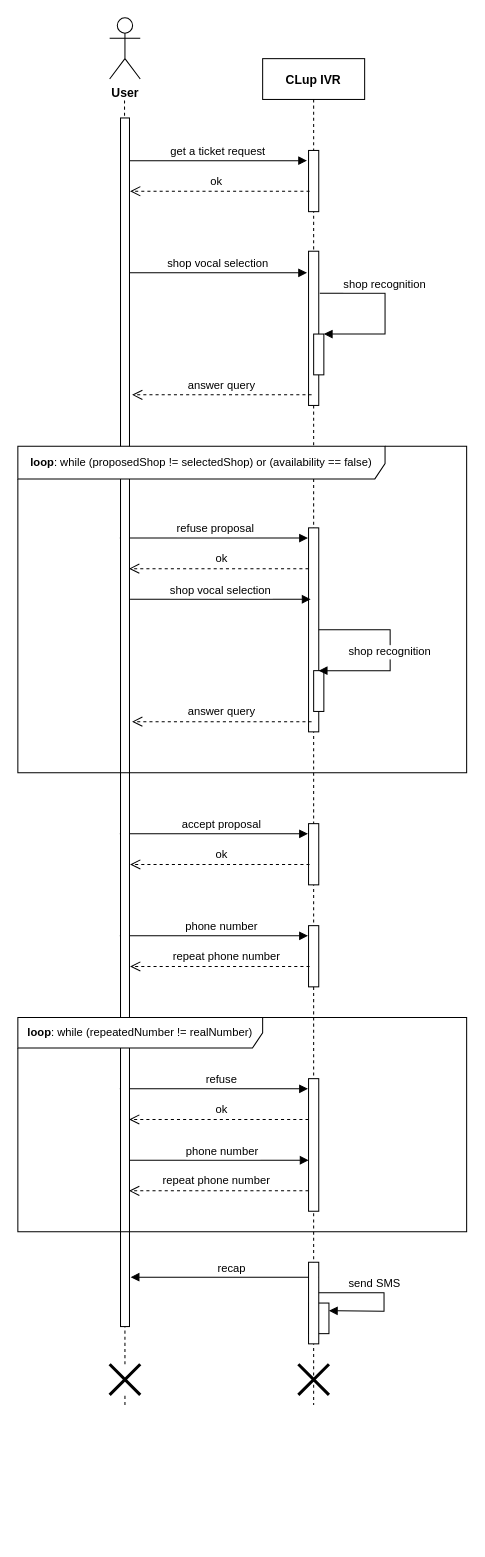
Before: RASD/assets/sequence_diagrams/CallCenterTicket.drawio in CosimoSguanci/SguanciSpataforaVergani-RASD-DD-ingsw2, a draw.io diagram. Source tidied: cells renumbered, new cells numbered last; positions are measured from the earlier drawing's top-left corner, leaving out a move shared by most shapes. Both pictures are drawn from the tidied source at 102%, with x=0, y=0 at pixel (-479, 17).
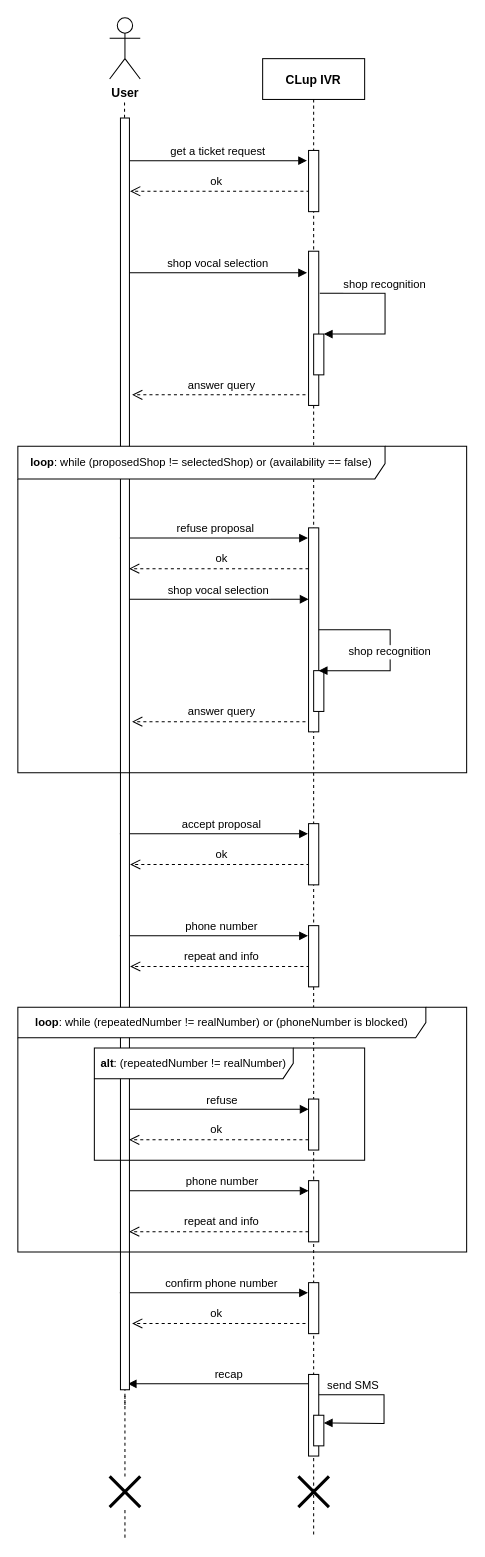
The same page after the edit.

Commit message (it also covers changes not shown here):
Update call center UML

The edit, as a diff of the source:
```diff
@@
+    <mxCell id="49" style="verticalAlign=bottom;endArrow=open;dashed=1;endSize=8;shadow=0;strokeWidth=1;" parent="1" edge="1">
+      <mxGeometry y="-39" relative="1" as="geometry">
+        <mxPoint x="775" y="1280" as="sourcePoint" />
+        <mxPoint x="599" y="1280" as="targetPoint" />
+      </mxGeometry>
+    </mxCell>
+    <mxCell id="50" value="confirm phone number" style="verticalAlign=bottom;endArrow=block;shadow=0;strokeWidth=1;entryX=0.05;entryY=1.06;entryDx=0;entryDy=0;entryPerimeter=0;" parent="1" edge="1">
+      <mxGeometry x="0.08" relative="1" as="geometry">
+        <mxPoint x="587" y="1250" as="sourcePoint" />
+        <mxPoint x="771.4" y="1250" as="targetPoint" />
+        <Array as="points">
+          <mxPoint x="637" y="1250" />
+          <mxPoint x="717" y="1250" />
+        </Array>
+      </mxGeometry>
+    </mxCell>
+    <mxCell id="34" style="verticalAlign=bottom;endArrow=open;dashed=1;endSize=8;shadow=0;strokeWidth=1;" parent="1" edge="1">
+      <mxGeometry y="-39" relative="1" as="geometry">
+        <mxPoint x="773" y="930" as="sourcePoint" />
+        <mxPoint x="597" y="930" as="targetPoint" />
+      </mxGeometry>
+    </mxCell>
+    <mxCell id="33" style="verticalAlign=bottom;endArrow=open;dashed=1;endSize=8;shadow=0;strokeWidth=1;" parent="1" edge="1">
+      <mxGeometry y="-39" relative="1" as="geometry">
+        <mxPoint x="773" y="830" as="sourcePoint" />
+        <mxPoint x="597" y="830" as="targetPoint" />
+      </mxGeometry>
+    </mxCell>
+    <mxCell id="22" style="verticalAlign=bottom;endArrow=open;dashed=1;endSize=8;shadow=0;strokeWidth=1;" parent="1" edge="1">
+      <mxGeometry y="-39" relative="1" as="geometry">
+        <mxPoint x="775" y="690" as="sourcePoint" />
+        <mxPoint x="599" y="690" as="targetPoint" />
+      </mxGeometry>
+    </mxCell>
+    <mxCell id="24" value="shop vocal selection" style="verticalAlign=bottom;endArrow=block;shadow=0;strokeWidth=1;" parent="1" edge="1">
+      <mxGeometry relative="1" as="geometry">
+        <mxPoint x="595" y="570" as="sourcePoint" />
+        <mxPoint x="772" y="570" as="targetPoint" />
+        <Array as="points">
+          <mxPoint x="645" y="570" />
+        </Array>
+      </mxGeometry>
+    </mxCell>
+    <mxCell id="23" style="verticalAlign=bottom;endArrow=open;dashed=1;endSize=8;shadow=0;strokeWidth=1;" parent="1" edge="1">
+      <mxGeometry y="-39" relative="1" as="geometry">
+        <mxPoint x="775" y="369.6" as="sourcePoint" />
+        <mxPoint x="599" y="369.6" as="targetPoint" />
+      </mxGeometry>
+    </mxCell>
+    <mxCell id="28" style="verticalAlign=bottom;endArrow=open;dashed=1;endSize=8;shadow=0;strokeWidth=1;" parent="1" edge="1">
+      <mxGeometry y="-39" relative="1" as="geometry">
+        <mxPoint x="773" y="170" as="sourcePoint" />
+        <mxPoint x="597" y="170" as="targetPoint" />
+      </mxGeometry>
+    </mxCell>
@@
     <mxCell id="3" value="recap" style="verticalAlign=bottom;endArrow=block;shadow=0;strokeWidth=1;entryX=0.05;entryY=1.06;entryDx=0;entryDy=0;entryPerimeter=0;" parent="1" edge="1">
       <mxGeometry x="-0.08" relative="1" as="geometry">
-        <mxPoint x="782" y="1234.6" as="sourcePoint" />
-        <mxPoint x="597.6" y="1234.6" as="targetPoint" />
+        <mxPoint x="779.2" y="1339.2" as="sourcePoint" />
+        <mxPoint x="594.8" y="1339.2" as="targetPoint" />
         <Array as="points">
-          <mxPoint x="727.6" y="1234.6" />
-          <mxPoint x="647.6" y="1234.6" />
+          <mxPoint x="724.8" y="1339.2" />
+          <mxPoint x="644.8" y="1339.2" />
         </Array>
       </mxGeometry>
     </mxCell>
     <mxCell id="4" value="CLup IVR" style="shape=umlLifeline;perimeter=lifelinePerimeter;rounded=0;shadow=0;strokeWidth=1;fontStyle=1;" parent="1" vertex="1">
-      <mxGeometry x="727" y="40" width="100" height="1320" as="geometry" />
+      <mxGeometry x="727" y="40" width="100" height="1450" as="geometry" />
     </mxCell>
@@
+    <mxCell id="39" style="rounded=0;whiteSpace=wrap;html=1;direction=south;" parent="4" vertex="1">
+      <mxGeometry x="45" y="1100" width="10" height="60" as="geometry" />
+    </mxCell>
+    <mxCell id="51" style="perimeter=orthogonalPerimeter;rounded=0;shadow=0;strokeWidth=1;" parent="4" vertex="1">
+      <mxGeometry x="45" y="1020" width="10" height="50" as="geometry" />
+    </mxCell>
+    <mxCell id="14" style="rounded=0;whiteSpace=wrap;html=1;direction=south;" parent="4" vertex="1">
+      <mxGeometry x="45" y="1290" width="10" height="80" as="geometry" />
+    </mxCell>
+    <mxCell id="42" value="send SMS" style="verticalAlign=bottom;endArrow=block;shadow=0;strokeWidth=1;rounded=0;entryX=0.25;entryY=0;entryDx=0;entryDy=0;exitX=0.25;exitY=0;exitDx=0;exitDy=0;" parent="4" edge="1" source="14" target="13">
+      <mxGeometry x="-0.55" relative="1" as="geometry">
+        <Array as="points">
+          <mxPoint x="119" y="1310" />
+          <mxPoint x="119" y="1338" />
+        </Array>
+      </mxGeometry>
+    </mxCell>
+    <mxCell id="52" style="rounded=0;whiteSpace=wrap;html=1;direction=south;" parent="4" vertex="1">
+      <mxGeometry x="45" y="1200" width="10" height="50" as="geometry" />
+    </mxCell>
     <mxCell id="12" style="shape=umlDestroy;whiteSpace=wrap;html=1;strokeWidth=3;fontSize=11;" parent="4" vertex="1">
-      <mxGeometry x="35" y="1280" width="30" height="30" as="geometry" />
+      <mxGeometry x="35" y="1390" width="30" height="30" as="geometry" />
     </mxCell>
     <mxCell id="13" style="rounded=0;whiteSpace=wrap;html=1;fontSize=11;direction=south;" parent="4" vertex="1">
-      <mxGeometry x="45" y="1220" width="20" height="30" as="geometry" />
+      <mxGeometry x="50" y="1330" width="10" height="30" as="geometry" />
     </mxCell>
-    <mxCell id="14" style="rounded=0;whiteSpace=wrap;html=1;direction=south;" parent="1" vertex="1">
-      <mxGeometry x="772" y="1220" width="10" height="80" as="geometry" />
-    </mxCell>
     <mxCell id="15" value="phone number" style="verticalAlign=bottom;endArrow=block;shadow=0;strokeWidth=1;entryX=0.05;entryY=1.06;entryDx=0;entryDy=0;entryPerimeter=0;" parent="1" edge="1">
       <mxGeometry x="0.08" relative="1" as="geometry">
-        <mxPoint x="587.6" y="1120" as="sourcePoint" />
-        <mxPoint x="772" y="1120" as="targetPoint" />
+        <mxPoint x="587.6" y="1150" as="sourcePoint" />
+        <mxPoint x="772" y="1150" as="targetPoint" />
         <Array as="points">
-          <mxPoint x="637.6" y="1120" />
-          <mxPoint x="717.6" y="1120" />
+          <mxPoint x="637.6" y="1150" />
+          <mxPoint x="717.6" y="1150" />
         </Array>
       </mxGeometry>
     </mxCell>
@@
     <mxCell id="18" value="refuse" style="verticalAlign=bottom;endArrow=block;shadow=0;strokeWidth=1;entryX=0.05;entryY=1.06;entryDx=0;entryDy=0;entryPerimeter=0;" parent="1" edge="1">
       <mxGeometry x="0.08" relative="1" as="geometry">
-        <mxPoint x="587" y="1050" as="sourcePoint" />
-        <mxPoint x="771.4" y="1050" as="targetPoint" />
+        <mxPoint x="587.6" y="1070" as="sourcePoint" />
+        <mxPoint x="772" y="1070" as="targetPoint" />
         <Array as="points">
-          <mxPoint x="637" y="1050" />
-          <mxPoint x="717" y="1050" />
+          <mxPoint x="637.6" y="1070" />
+          <mxPoint x="717.6" y="1070" />
         </Array>
       </mxGeometry>
     </mxCell>
@@
-    <mxCell id="22" style="verticalAlign=bottom;endArrow=open;dashed=1;endSize=8;shadow=0;strokeWidth=1;" parent="1" edge="1">
-      <mxGeometry y="-39" relative="1" as="geometry">
-        <mxPoint x="775" y="690" as="sourcePoint" />
-        <mxPoint x="599" y="690" as="targetPoint" />
-      </mxGeometry>
-    </mxCell>
-    <mxCell id="23" style="verticalAlign=bottom;endArrow=open;dashed=1;endSize=8;shadow=0;strokeWidth=1;" parent="1" edge="1">
-      <mxGeometry y="-39" relative="1" as="geometry">
-        <mxPoint x="775" y="369.6" as="sourcePoint" />
-        <mxPoint x="599" y="369.6" as="targetPoint" />
-      </mxGeometry>
-    </mxCell>
-    <mxCell id="24" value="shop vocal selection" style="verticalAlign=bottom;endArrow=block;shadow=0;strokeWidth=1;" parent="1" edge="1">
-      <mxGeometry relative="1" as="geometry">
-        <mxPoint x="597" y="570" as="sourcePoint" />
-        <mxPoint x="774" y="570" as="targetPoint" />
-        <Array as="points">
-          <mxPoint x="647" y="570" />
-        </Array>
-      </mxGeometry>
-    </mxCell>
@@
-    <mxCell id="26" style="endArrow=none;dashed=1;html=1;" parent="1" edge="1" source="41">
+    <mxCell id="26" style="endArrow=none;dashed=1;html=1;" parent="1" edge="1" source="55">
       <mxGeometry relative="1" as="geometry">
         <mxPoint x="591.6" y="80" as="targetPoint" />
       </mxGeometry>
     </mxCell>
     <mxCell id="27" style="rounded=0;whiteSpace=wrap;html=1;rotation=90;" parent="1" vertex="1">
-      <mxGeometry x="-0.4" y="686.2" width="1184.9" height="8.8" as="geometry" />
+      <mxGeometry x="-31.4" y="717.2" width="1246.8" height="8.8" as="geometry" />
     </mxCell>
-    <mxCell id="28" style="verticalAlign=bottom;endArrow=open;dashed=1;endSize=8;shadow=0;strokeWidth=1;" parent="1" edge="1">
-      <mxGeometry y="-39" relative="1" as="geometry">
-        <mxPoint x="773" y="170" as="sourcePoint" />
-        <mxPoint x="597" y="170" as="targetPoint" />
-      </mxGeometry>
-    </mxCell>
@@
-    <mxCell id="30" value="&lt;span style=&quot;font-size: 11px&quot;&gt;answer query&lt;/span&gt;" style="text;html=1;strokeColor=none;fillColor=none;align=center;verticalAlign=middle;whiteSpace=wrap;rounded=0;" parent="1" vertex="1">
+    <mxCell id="30" value="&lt;span style=&quot;font-size: 11px&quot;&gt;answer query&lt;/span&gt;" style="text;html=1;strokeColor=none;fillColor=none;align=center;verticalAlign=middle;whiteSpace=wrap;rounded=0;fontSize=11;" parent="1" vertex="1">
       <mxGeometry x="652" y="350" width="70" height="20" as="geometry" />
     </mxCell>
@@
-    <mxCell id="32" value="&lt;span style=&quot;font-size: 11px&quot;&gt;answer query&lt;/span&gt;" style="text;html=1;strokeColor=none;fillColor=none;align=center;verticalAlign=middle;whiteSpace=wrap;rounded=0;" parent="1" vertex="1">
+    <mxCell id="32" value="&lt;span style=&quot;font-size: 11px&quot;&gt;answer query&lt;/span&gt;" style="text;html=1;strokeColor=none;fillColor=none;align=center;verticalAlign=middle;whiteSpace=wrap;rounded=0;fontSize=11;" parent="1" vertex="1">
       <mxGeometry x="652" y="670" width="70" height="20" as="geometry" />
     </mxCell>
-    <mxCell id="33" style="verticalAlign=bottom;endArrow=open;dashed=1;endSize=8;shadow=0;strokeWidth=1;" parent="1" edge="1">
-      <mxGeometry y="-39" relative="1" as="geometry">
-        <mxPoint x="773" y="830" as="sourcePoint" />
-        <mxPoint x="597" y="830" as="targetPoint" />
-      </mxGeometry>
-    </mxCell>
-    <mxCell id="34" style="verticalAlign=bottom;endArrow=open;dashed=1;endSize=8;shadow=0;strokeWidth=1;" parent="1" edge="1">
-      <mxGeometry y="-39" relative="1" as="geometry">
-        <mxPoint x="773" y="930" as="sourcePoint" />
-        <mxPoint x="597" y="930" as="targetPoint" />
-      </mxGeometry>
-    </mxCell>
-    <mxCell id="35" value="repeat phone number" style="text;html=1;strokeColor=none;fillColor=none;align=center;verticalAlign=middle;whiteSpace=wrap;rounded=0;fontSize=11;" parent="1" vertex="1">
-      <mxGeometry x="637" y="910" width="110" height="20" as="geometry" />
+    <mxCell id="35" value="repeat and info" style="text;html=1;strokeColor=none;fillColor=none;align=center;verticalAlign=middle;whiteSpace=wrap;rounded=0;fontSize=11;" parent="1" vertex="1">
+      <mxGeometry x="632" y="910" width="110" height="20" as="geometry" />
     </mxCell>
     <mxCell id="36" style="verticalAlign=bottom;endArrow=open;dashed=1;endSize=8;shadow=0;strokeWidth=1;" parent="1" edge="1">
       <mxGeometry y="-39" relative="1" as="geometry">
-        <mxPoint x="772" y="1080" as="sourcePoint" />
-        <mxPoint x="596" y="1080" as="targetPoint" />
+        <mxPoint x="772" y="1100" as="sourcePoint" />
+        <mxPoint x="596" y="1100" as="targetPoint" />
       </mxGeometry>
     </mxCell>
     <mxCell id="37" style="verticalAlign=bottom;endArrow=open;dashed=1;endSize=8;shadow=0;strokeWidth=1;" parent="1" edge="1">
       <mxGeometry y="-39" relative="1" as="geometry">
-        <mxPoint x="772" y="1150" as="sourcePoint" />
-        <mxPoint x="596" y="1150" as="targetPoint" />
+        <mxPoint x="772" y="1190" as="sourcePoint" />
+        <mxPoint x="596" y="1190" as="targetPoint" />
       </mxGeometry>
     </mxCell>
-    <mxCell id="38" value="repeat phone number" style="text;html=1;strokeColor=none;fillColor=none;align=center;verticalAlign=middle;whiteSpace=wrap;rounded=0;fontSize=11;" parent="1" vertex="1">
-      <mxGeometry x="627" y="1120" width="110" height="40" as="geometry" />
+    <mxCell id="38" value="repeat and info" style="text;html=1;strokeColor=none;fillColor=none;align=center;verticalAlign=middle;whiteSpace=wrap;rounded=0;fontSize=11;" parent="1" vertex="1">
+      <mxGeometry x="632" y="1160" width="110" height="40" as="geometry" />
     </mxCell>
-    <mxCell id="39" style="rounded=0;whiteSpace=wrap;html=1;direction=south;" parent="1" vertex="1">
-      <mxGeometry x="772" y="1040" width="10" height="130" as="geometry" />
-    </mxCell>
-    <mxCell id="40" style="endArrow=none;dashed=1;html=1;" parent="1" edge="1" target="41">
+    <mxCell id="40" style="endArrow=none;dashed=1;html=1;" parent="1" edge="1">
       <mxGeometry relative="1" as="geometry">
         <mxPoint x="592" y="1360" as="sourcePoint" />
+        <mxPoint x="592" y="1350" as="targetPoint" />
       </mxGeometry>
     </mxCell>
-    <mxCell id="41" style="shape=umlDestroy;whiteSpace=wrap;html=1;strokeWidth=3;fontSize=11;" parent="1" vertex="1">
-      <mxGeometry x="577" y="1320" width="30" height="30" as="geometry" />
-    </mxCell>
-    <mxCell id="42" value="send SMS" style="verticalAlign=bottom;endArrow=block;shadow=0;strokeWidth=1;rounded=0;entryX=0.25;entryY=0;entryDx=0;entryDy=0;" parent="1" edge="1" target="13">
-      <mxGeometry x="-0.19" relative="1" as="geometry">
-        <mxPoint x="782" y="1250" as="sourcePoint" />
-        <Array as="points">
-          <mxPoint x="846" y="1250" />
-          <mxPoint x="846" y="1268" />
-        </Array>
-      </mxGeometry>
-    </mxCell>
@@
     <mxCell id="46" value="ok" style="text;html=1;strokeColor=none;fillColor=none;align=center;verticalAlign=middle;whiteSpace=wrap;rounded=0;fontSize=11;" parent="1" vertex="1">
-      <mxGeometry x="667" y="1040" width="40" height="60" as="geometry" />
+      <mxGeometry x="662" y="1085" width="40" height="10" as="geometry" />
     </mxCell>
+    <mxCell id="48" value="&lt;font style=&quot;font-size: 11px&quot;&gt;&lt;b&gt;loop&lt;/b&gt;: while (proposedShop != selectedShop) or (availability == false)&lt;/font&gt;" style="shape=umlFrame;whiteSpace=wrap;html=1;width=360;height=32;" parent="1" vertex="1">
+      <mxGeometry x="487" y="420" width="440" height="320" as="geometry" />
+    </mxCell>
+    <mxCell id="53" value="&lt;font style=&quot;font-size: 11px&quot;&gt;&lt;b&gt;alt&lt;/b&gt;: (repeatedNumber != realNumber)&lt;/font&gt;" style="shape=umlFrame;whiteSpace=wrap;html=1;width=195;height=30;" parent="1" vertex="1">
+      <mxGeometry x="562" y="1010" width="265" height="110" as="geometry" />
+    </mxCell>
-    <mxCell id="47" value="&lt;font style=&quot;font-size: 11px&quot;&gt;&lt;b&gt;loop&lt;/b&gt;: while (repeatedNumber != realNumber)&lt;/font&gt;" style="shape=umlFrame;whiteSpace=wrap;html=1;width=240;height=30;" parent="1" vertex="1">
-      <mxGeometry x="487" y="980" width="440" height="210" as="geometry" />
+    <mxCell id="47" value="&lt;font style=&quot;font-size: 11px&quot;&gt;&lt;b&gt;loop&lt;/b&gt;: while (repeatedNumber != realNumber) or (phoneNumber is blocked)&lt;/font&gt;" style="shape=umlFrame;whiteSpace=wrap;html=1;width=400;height=30;" parent="1" vertex="1">
+      <mxGeometry x="487" y="970" width="440" height="240" as="geometry" />
     </mxCell>
-    <mxCell id="48" value="&lt;font style=&quot;font-size: 11px&quot;&gt;&lt;b&gt;loop&lt;/b&gt;: while (proposedShop != selectedShop) or (availability == false)&lt;/font&gt;" style="shape=umlFrame;whiteSpace=wrap;html=1;width=360;height=32;" parent="1" vertex="1">
-      <mxGeometry x="487" y="420" width="440" height="320" as="geometry" />
-    </mxCell>
+    <mxCell id="54" value="ok" style="text;html=1;strokeColor=none;fillColor=none;align=center;verticalAlign=middle;whiteSpace=wrap;rounded=0;fontSize=11;" parent="1" vertex="1">
+      <mxGeometry x="662" y="1240" width="40" height="60" as="geometry" />
+    </mxCell>
+    <mxCell id="55" style="shape=umlDestroy;whiteSpace=wrap;html=1;strokeWidth=3;fontSize=11;" parent="1" vertex="1">
+      <mxGeometry x="577" y="1430" width="30" height="30" as="geometry" />
+    </mxCell>
+    <mxCell id="56" style="endArrow=none;dashed=1;html=1;" parent="1" edge="1" target="55">
+      <mxGeometry relative="1" as="geometry">
+        <mxPoint x="592" y="1490" as="sourcePoint" />
+      </mxGeometry>
+    </mxCell>
```
